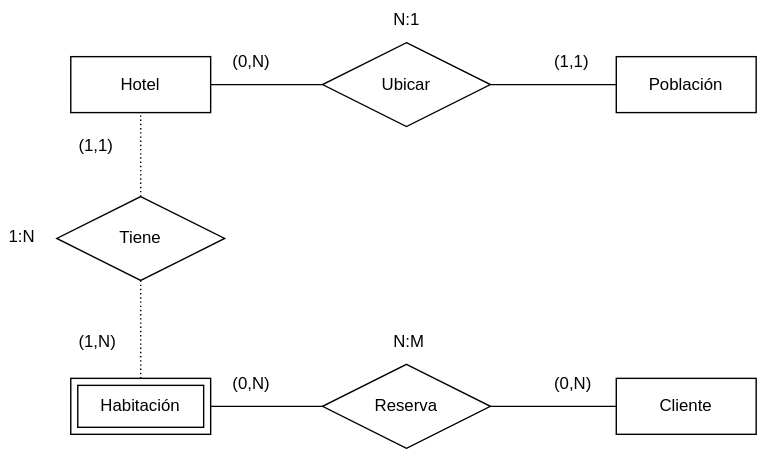
Earlier version of the draw.io export Hotelio1.0.svg (BCR22-Team4-ProyectoFinal/Database_diagrama). Source tidied: cells renumbered, new cells last; positions are measured from the earlier drawing's top-left corner, leaving out a move shared by most shapes.
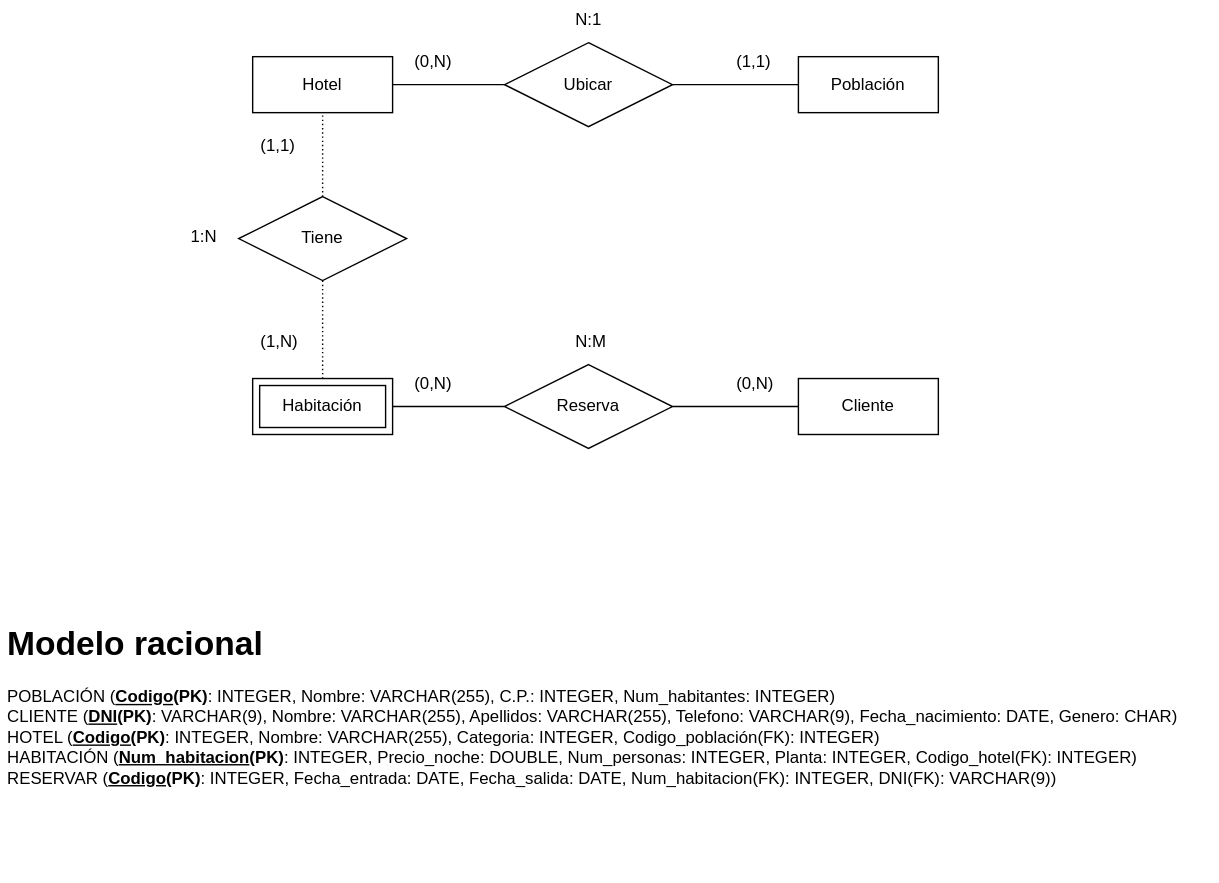
The same diagram one commit later.

Commit message:
Modelo racional Hotelio1.0.svg

What changed in the source:
```diff
@@ -70,5 +70,8 @@
     <mxCell id="23" value="N:M" style="text;strokeColor=none;fillColor=none;spacingLeft=4;spacingRight=4;overflow=hidden;fontSize=12;" parent="1" vertex="1">
       <mxGeometry x="275" y="230" width="40" height="30" as="geometry" />
     </mxCell>
+    <mxCell id="24" value="&lt;h1&gt;Modelo racional&lt;/h1&gt;&lt;div&gt;POBLACIÓN (&lt;b&gt;&lt;u&gt;Codigo&lt;/u&gt;(PK)&lt;/b&gt;: INTEGER, Nombre: VARCHAR(255), C.P.: INTEGER, Num_habitantes: INTEGER)&lt;/div&gt;&lt;div&gt;CLIENTE (&lt;b&gt;&lt;u&gt;DNI&lt;/u&gt;(PK)&lt;/b&gt;: VARCHAR(9), Nombre: VARCHAR(255), Apellidos: VARCHAR(255), Telefono: VARCHAR(9), Fecha_nacimiento: DATE, Genero: CHAR)&lt;/div&gt;&lt;div&gt;HOTEL (&lt;b&gt;&lt;u&gt;Codigo(&lt;/u&gt;PK)&lt;/b&gt;: INTEGER, Nombre: VARCHAR(255), Categoria: INTEGER, Codigo_población(FK): INTEGER)&lt;/div&gt;&lt;div&gt;HABITACIÓN (&lt;b&gt;&lt;u&gt;Num_habitacion&lt;/u&gt;(PK)&lt;/b&gt;: INTEGER, Precio_noche: DOUBLE, Num_personas: INTEGER, Planta: INTEGER, Codigo_hotel(FK): INTEGER)&lt;/div&gt;&lt;div&gt;RESERVAR (&lt;b&gt;&lt;u&gt;Codigo&lt;/u&gt;(PK)&lt;/b&gt;: INTEGER, Fecha_entrada: DATE, Fecha_salida: DATE, Num_habitacion(FK): INTEGER, DNI(FK): VARCHAR(9))&lt;/div&gt;" style="text;html=1;strokeColor=none;fillColor=none;spacing=5;spacingTop=-20;whiteSpace=wrap;overflow=hidden;rounded=0;" parent="1" vertex="1">
+      <mxGeometry x="-130" y="440" width="870" height="190" as="geometry" />
+    </mxCell>
   </root>
 </mxGraphModel>
```
